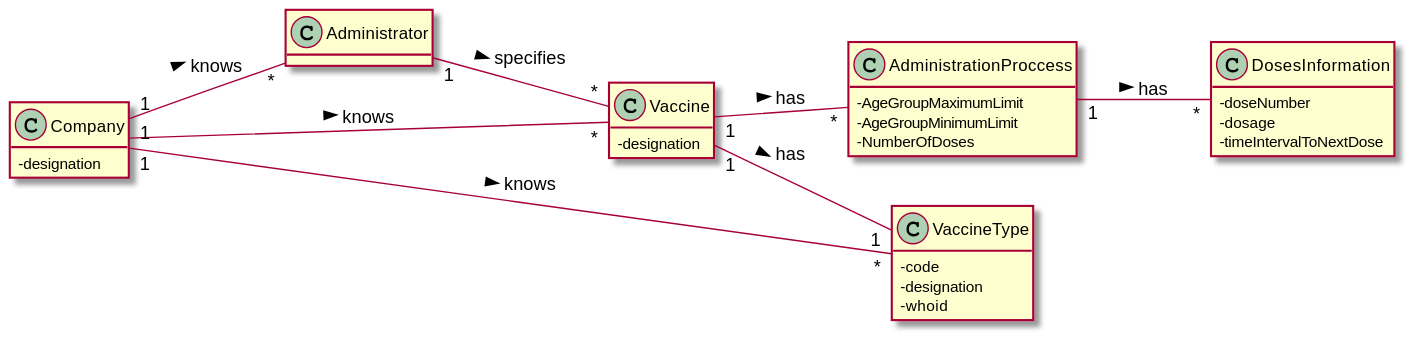
The PlantUML diagram docs/SprintB/US13/DM/US13_DM.svg in miseEnPlace-i/lapr2, before a commit.
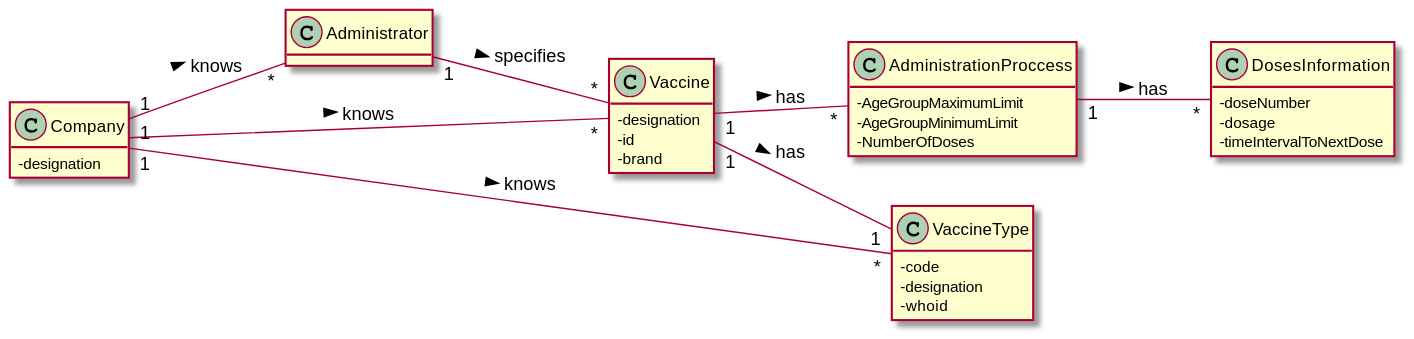
Above is the later version.

Change to the diagram source:
```diff
@@ -9,6 +9,8 @@
 
 class Vaccine {
   -designation
+  -id
+  -brand
 }
 
 class VaccineType {
```
